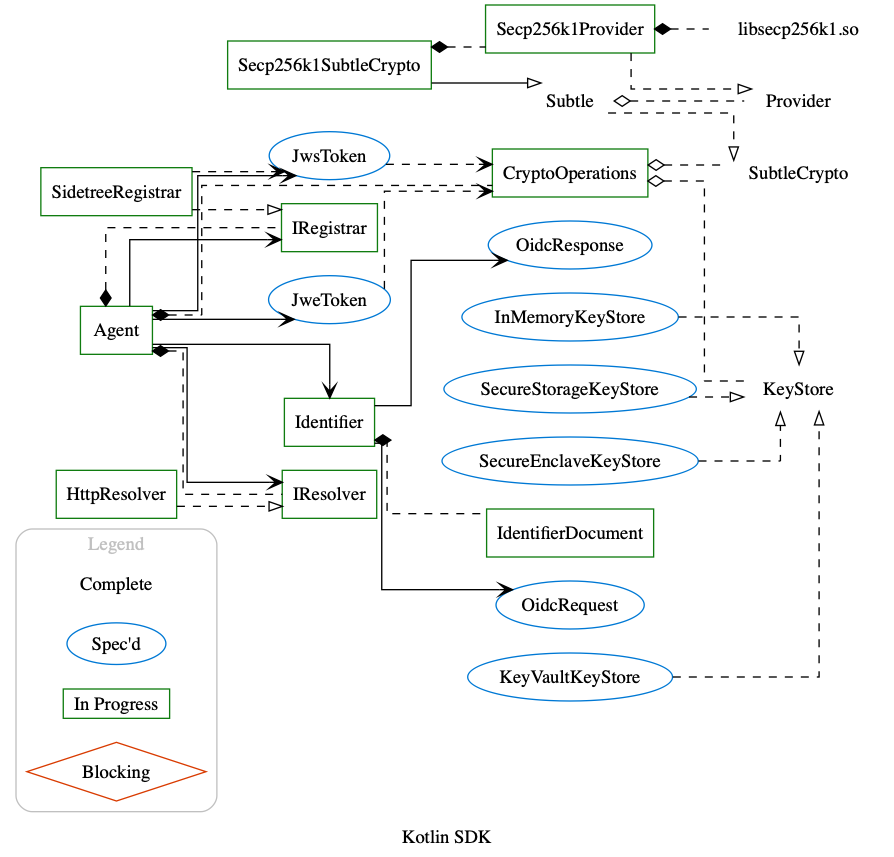
Above: docs/assets/overallStatus.gv.png in microsoft/VerifiableCredential-SDK-Android (Graphviz), before the change. Its source is kept beside it as docs/assets/overallStatus.gv.
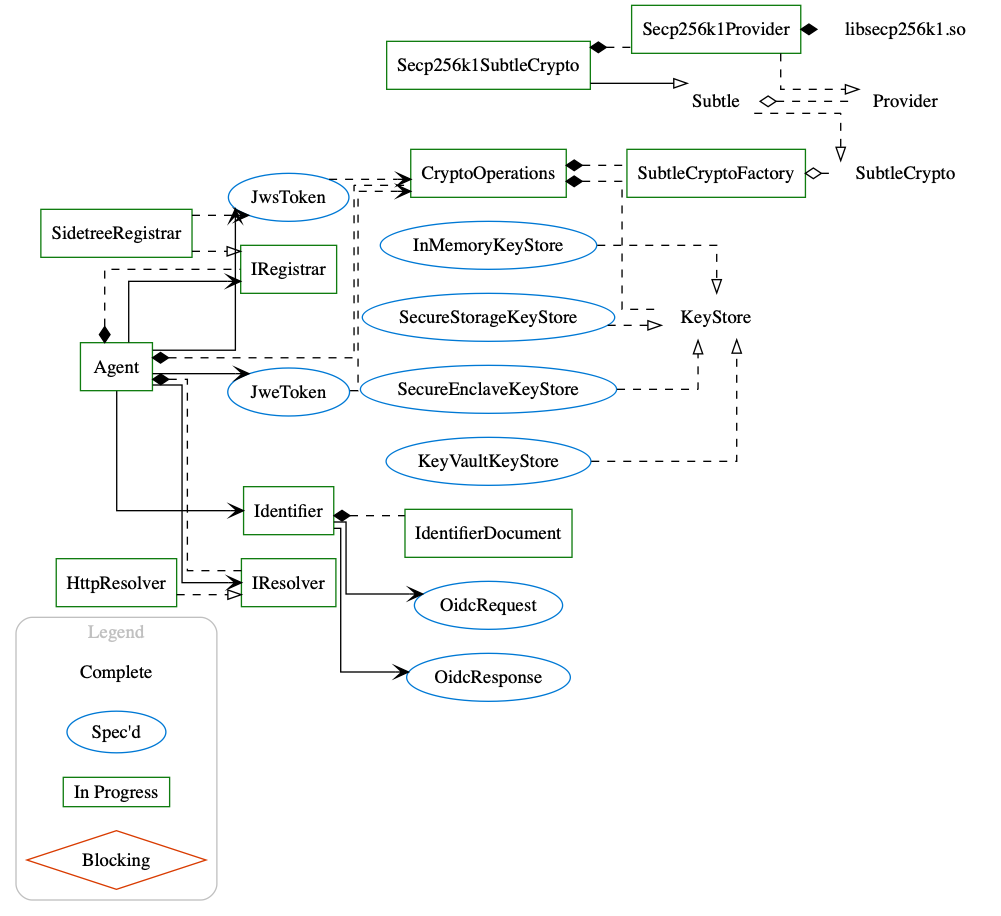
Above is the later version.

What changed in the source:
```diff
@@ -1,6 +1,5 @@
 digraph architecture {
   layers="public:private"
-  label="Kotlin SDK"
   splines=ortho
   rankdir=LR
   center=true
@@ -50,6 +49,7 @@
   HttpResolver
 
   CryptoOperations
+  SubtleCryptoFactory
 
   Secp256k1SubtleCrypto[color="#107c10"]
   Secp256k1Provider[color="#107c10"]
@@ -99,14 +99,15 @@
 
   edge[dir="back",arrowtail="odiamond"]
   Subtle -> Provider
-  CryptoOperations -> SubtleCrypto
-  CryptoOperations -> KeyStore
+  SubtleCryptoFactory -> SubtleCrypto
 
   edge[dir="back",arrowtail="diamond"]
   Agent -> IRegistrar
   Agent -> IResolver
   Agent -> CryptoOperations
   Identifier -> IdentifierDocument
+  CryptoOperations -> SubtleCryptoFactory
+  CryptoOperations -> KeyStore
   Secp256k1Provider -> libsecp256k1
   Secp256k1SubtleCrypto -> Secp256k1Provider
 }
```
